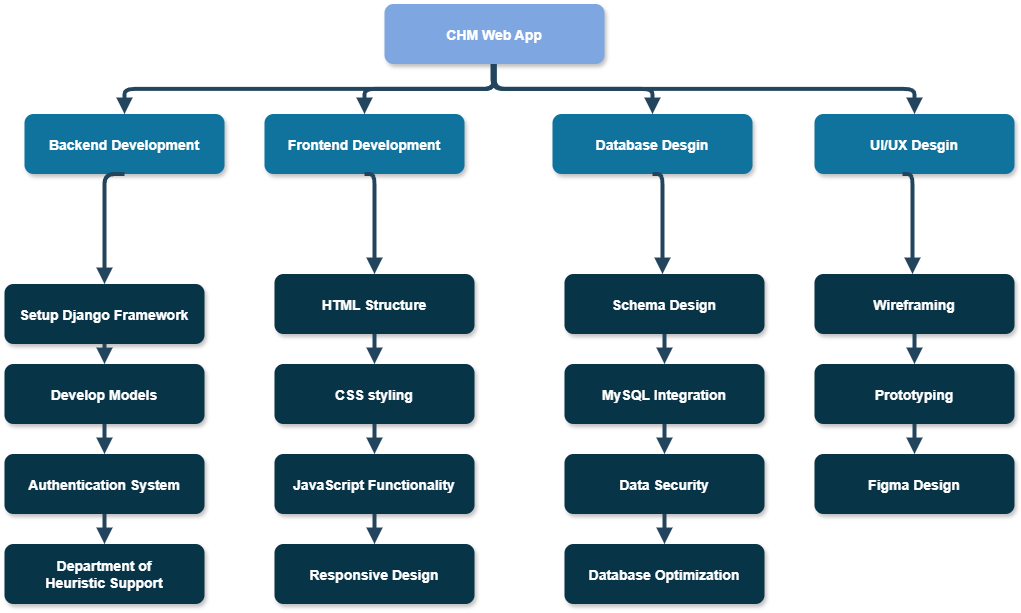
This is WBS.drawio.png from dikshyarai10/CHMD-, a draw.io export, as it was before one commit. Source tidied: cells renumbered, new cells last; positions are measured from the earlier drawing's top-left corner, leaving out a move shared by most shapes.
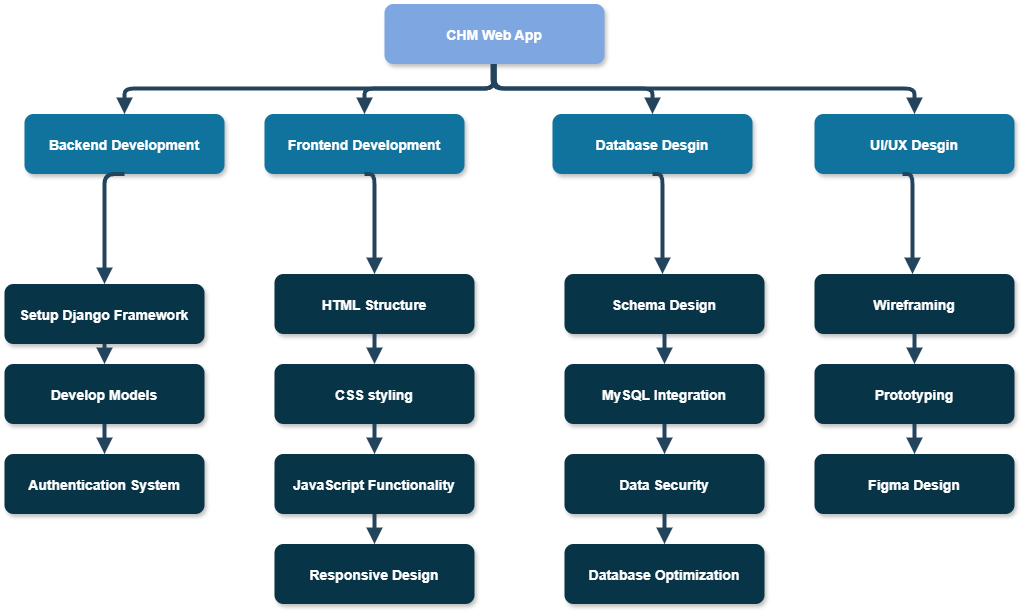
The same file after the commit.

What changed in the source:
```diff
@@ -23,9 +23,6 @@
     <mxCell id="8" value="Authentication System" style="rounded=1;fillColor=#073447;strokeColor=none;shadow=1;gradientColor=none;fontStyle=1;fontColor=#FFFFFF;fontSize=14;" parent="1" vertex="1">
       <mxGeometry y="449.5" width="200" height="60" as="geometry" />
     </mxCell>
-    <mxCell id="9" value="Department of &#10;Heuristic Support" style="rounded=1;fillColor=#073447;strokeColor=none;shadow=1;gradientColor=none;fontStyle=1;fontColor=#FFFFFF;fontSize=14;" parent="1" vertex="1">
-      <mxGeometry y="539.5" width="200" height="60" as="geometry" />
-    </mxCell>
     <mxCell id="10" value="HTML Structure" style="rounded=1;fillColor=#073447;strokeColor=none;shadow=1;gradientColor=none;fontStyle=1;fontColor=#FFFFFF;fontSize=14;" parent="1" vertex="1">
       <mxGeometry x="270" y="269.5" width="200" height="60" as="geometry" />
     </mxCell>
@@ -78,9 +75,6 @@
     <mxCell id="25" style="edgeStyle=elbowEdgeStyle;elbow=vertical;strokeWidth=4;endArrow=block;endFill=1;fontStyle=1;strokeColor=#23445D;" parent="1" edge="1" source="7" target="8">
       <mxGeometry x="62" y="175.5" as="geometry" />
     </mxCell>
-    <mxCell id="26" style="edgeStyle=elbowEdgeStyle;elbow=vertical;strokeWidth=4;endArrow=block;endFill=1;fontStyle=1;strokeColor=#23445D;" parent="1" edge="1" source="8" target="9">
-      <mxGeometry x="62" y="185.5" as="geometry" />
-    </mxCell>
     <mxCell id="27" style="edgeStyle=elbowEdgeStyle;elbow=vertical;strokeWidth=4;endArrow=block;endFill=1;fontStyle=1;strokeColor=#23445D;" parent="1" edge="1" source="10" target="11">
       <mxGeometry x="62" y="165.5" as="geometry" />
     </mxCell>
```
